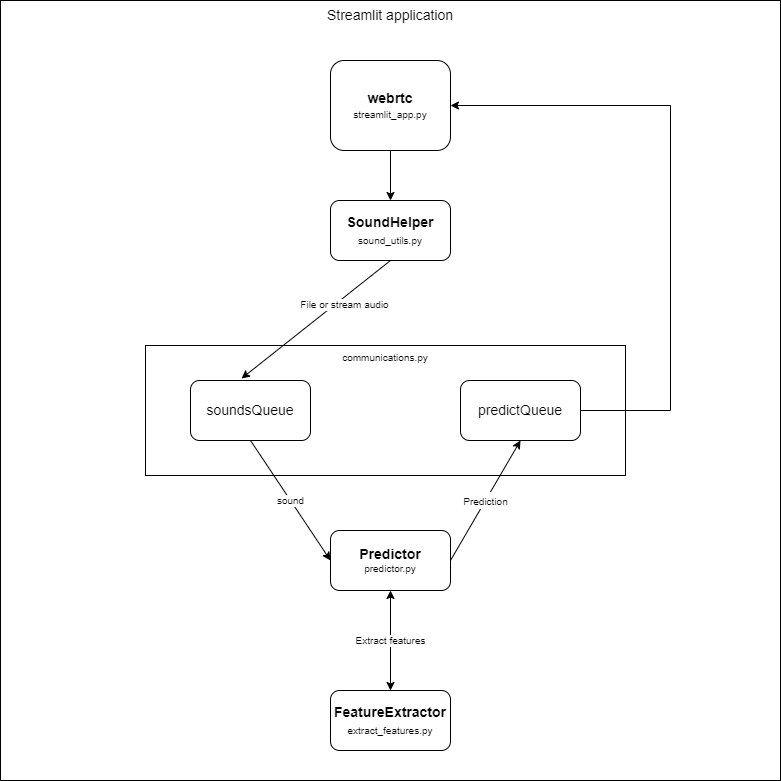
The draw.io diagram images/application_diagram.png in murielsan/CUSTOM, before a commit. Source tidied: cells renumbered, new cells last; positions are measured from the earlier drawing's top-left corner, leaving out a move shared by most shapes. Its diagram source:
```xml
<mxGraphModel>
  <root>
    <mxCell id="0" />
    <mxCell id="1" parent="0" />
    <mxCell id="2" value="Streamlit application" style="whiteSpace=wrap;html=1;verticalAlign=top;fontSize=14;" parent="1" vertex="1">
      <mxGeometry width="780" height="780" as="geometry" />
    </mxCell>
    <mxCell id="3" value="&lt;font style=&quot;&quot;&gt;&lt;b style=&quot;font-size: 14px;&quot;&gt;webrtc&lt;/b&gt;&lt;br&gt;&lt;font style=&quot;font-size: 10px;&quot;&gt;streamlit_app.py&lt;/font&gt;&lt;br&gt;&lt;/font&gt;" style="rounded=1;whiteSpace=wrap;html=1;" parent="1" vertex="1">
      <mxGeometry x="330" y="60" width="120" height="90" as="geometry" />
    </mxCell>
    <mxCell id="4" value="&lt;span style=&quot;&quot;&gt;&lt;b&gt;FeatureExtractor&lt;/b&gt;&lt;br&gt;&lt;font style=&quot;font-size: 10px;&quot;&gt;extract_features.py&lt;/font&gt;&lt;br&gt;&lt;/span&gt;" style="rounded=1;whiteSpace=wrap;html=1;fontSize=14;" parent="1" vertex="1">
      <mxGeometry x="330" y="690" width="120" height="60" as="geometry" />
    </mxCell>
    <mxCell id="5" value="communications.py" style="rounded=0;whiteSpace=wrap;html=1;fontSize=10;fontColor=default;labelBackgroundColor=#FFFFFF;verticalAlign=top;" parent="1" vertex="1">
      <mxGeometry x="145" y="345" width="480" height="130" as="geometry" />
    </mxCell>
    <mxCell id="6" value="&lt;b&gt;SoundHelper&lt;/b&gt;&lt;br&gt;&lt;font style=&quot;font-size: 10px;&quot;&gt;sound_utils.py&lt;/font&gt;" style="rounded=1;whiteSpace=wrap;html=1;fontSize=14;" parent="1" vertex="1">
      <mxGeometry x="330" y="200" width="120" height="60" as="geometry" />
    </mxCell>
    <mxCell id="7" style="endArrow=classic;html=1;rounded=0;fontSize=10;exitX=0.5;exitY=1;exitDx=0;exitDy=0;entryX=0.5;entryY=0;entryDx=0;entryDy=0;" parent="1" edge="1" source="3" target="6">
      <mxGeometry relative="1" as="geometry" />
    </mxCell>
    <mxCell id="8" style="endArrow=classic;html=1;rounded=0;fontSize=10;exitX=0.5;exitY=1;exitDx=0;exitDy=0;entryX=0.425;entryY=-0.033;entryDx=0;entryDy=0;entryPerimeter=0;" parent="1" edge="1" source="6" target="10">
      <mxGeometry relative="1" as="geometry" />
    </mxCell>
    <mxCell id="9" value="File or stream audio" style="edgeLabel;html=1;align=center;verticalAlign=middle;fontSize=10;fontColor=default;" parent="8" vertex="1">
      <mxGeometry x="-0.34" y="5" relative="1" as="geometry" />
    </mxCell>
    <mxCell id="10" value="soundsQueue" style="rounded=1;whiteSpace=wrap;html=1;fontSize=14;" parent="1" vertex="1">
      <mxGeometry x="190" y="380" width="120" height="60" as="geometry" />
    </mxCell>
    <mxCell id="11" value="predictQueue" style="rounded=1;whiteSpace=wrap;html=1;fontSize=14;" parent="1" vertex="1">
      <mxGeometry x="460" y="380" width="120" height="60" as="geometry" />
    </mxCell>
    <mxCell id="12" value="sound" style="endArrow=classic;html=1;rounded=0;fontSize=10;fontColor=#000000;exitX=0.5;exitY=1;exitDx=0;exitDy=0;entryX=0;entryY=0.5;entryDx=0;entryDy=0;" parent="1" edge="1" source="10" target="13">
      <mxGeometry relative="1" as="geometry" />
    </mxCell>
    <mxCell id="13" value="&lt;font style=&quot;&quot;&gt;&lt;b style=&quot;&quot;&gt;&lt;font style=&quot;font-size: 14px;&quot;&gt;Predictor&lt;/font&gt;&lt;/b&gt;&lt;br&gt;predictor.py&lt;br&gt;&lt;/font&gt;" style="rounded=1;whiteSpace=wrap;html=1;labelBackgroundColor=#FFFFFF;fontSize=10;fontColor=#000000;" parent="1" vertex="1">
      <mxGeometry x="330" y="530" width="120" height="60" as="geometry" />
    </mxCell>
    <mxCell id="14" value="&lt;font style=&quot;font-size: 10px;&quot;&gt;Prediction&lt;/font&gt;" style="endArrow=classic;html=1;rounded=0;fontSize=14;fontColor=#000000;exitX=1;exitY=0.5;exitDx=0;exitDy=0;entryX=0.5;entryY=1;entryDx=0;entryDy=0;" parent="1" edge="1" source="13" target="11">
      <mxGeometry relative="1" as="geometry" />
    </mxCell>
    <mxCell id="15" value="Extract features" style="endArrow=classic;startArrow=classic;html=1;rounded=0;fontSize=10;fontColor=default;entryX=0.5;entryY=1;entryDx=0;entryDy=0;" parent="1" edge="1" source="4" target="13">
      <mxGeometry relative="1" as="geometry" />
    </mxCell>
    <mxCell id="16" style="endArrow=classic;html=1;rounded=0;fontSize=10;fontColor=default;exitX=1;exitY=0.5;exitDx=0;exitDy=0;entryX=1;entryY=0.5;entryDx=0;entryDy=0;" parent="1" edge="1" source="11" target="3">
      <mxGeometry relative="1" as="geometry">
        <Array as="points">
          <mxPoint x="670" y="410" />
          <mxPoint x="670" y="105" />
        </Array>
      </mxGeometry>
    </mxCell>
  </root>
</mxGraphModel>
```
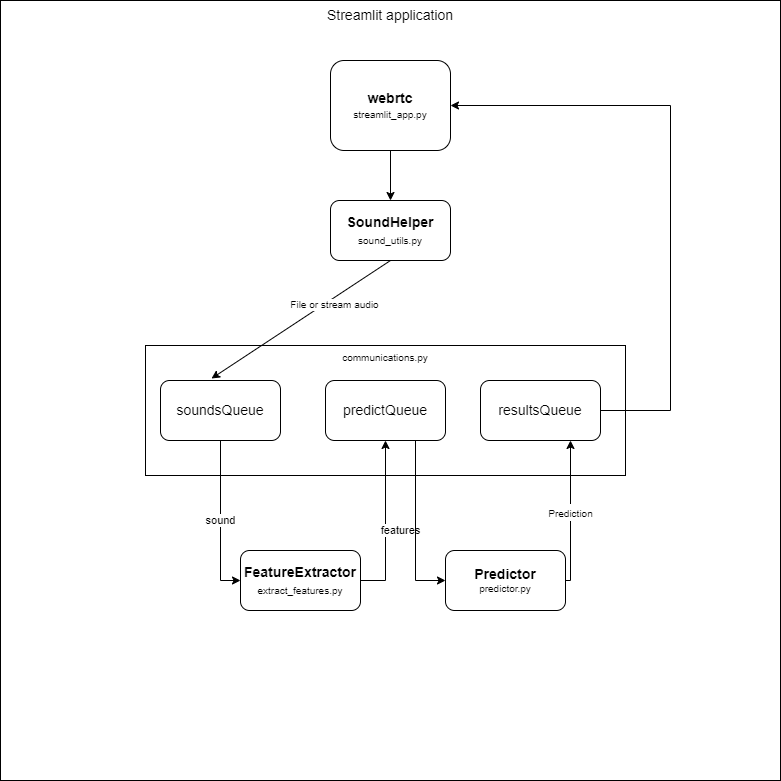
The same diagram one commit later.

What changed in the source:
```diff
@@ -9,7 +9,7 @@
       <mxGeometry x="330" y="60" width="120" height="90" as="geometry" />
     </mxCell>
     <mxCell id="4" value="&lt;span style=&quot;&quot;&gt;&lt;b&gt;FeatureExtractor&lt;/b&gt;&lt;br&gt;&lt;font style=&quot;font-size: 10px;&quot;&gt;extract_features.py&lt;/font&gt;&lt;br&gt;&lt;/span&gt;" style="rounded=1;whiteSpace=wrap;html=1;fontSize=14;" parent="1" vertex="1">
-      <mxGeometry x="330" y="690" width="120" height="60" as="geometry" />
+      <mxGeometry x="240" y="550" width="120" height="60" as="geometry" />
     </mxCell>
     <mxCell id="5" value="communications.py" style="rounded=0;whiteSpace=wrap;html=1;fontSize=10;fontColor=default;labelBackgroundColor=#FFFFFF;verticalAlign=top;" parent="1" vertex="1">
       <mxGeometry x="145" y="345" width="480" height="130" as="geometry" />
@@ -27,24 +27,22 @@
       <mxGeometry x="-0.34" y="5" relative="1" as="geometry" />
     </mxCell>
     <mxCell id="10" value="soundsQueue" style="rounded=1;whiteSpace=wrap;html=1;fontSize=14;" parent="1" vertex="1">
-      <mxGeometry x="190" y="380" width="120" height="60" as="geometry" />
+      <mxGeometry x="160" y="380" width="120" height="60" as="geometry" />
     </mxCell>
     <mxCell id="11" value="predictQueue" style="rounded=1;whiteSpace=wrap;html=1;fontSize=14;" parent="1" vertex="1">
-      <mxGeometry x="460" y="380" width="120" height="60" as="geometry" />
+      <mxGeometry x="325" y="380" width="120" height="60" as="geometry" />
     </mxCell>
-    <mxCell id="12" value="sound" style="endArrow=classic;html=1;rounded=0;fontSize=10;fontColor=#000000;exitX=0.5;exitY=1;exitDx=0;exitDy=0;entryX=0;entryY=0.5;entryDx=0;entryDy=0;" parent="1" edge="1" source="10" target="13">
-      <mxGeometry relative="1" as="geometry" />
-    </mxCell>
     <mxCell id="13" value="&lt;font style=&quot;&quot;&gt;&lt;b style=&quot;&quot;&gt;&lt;font style=&quot;font-size: 14px;&quot;&gt;Predictor&lt;/font&gt;&lt;/b&gt;&lt;br&gt;predictor.py&lt;br&gt;&lt;/font&gt;" style="rounded=1;whiteSpace=wrap;html=1;labelBackgroundColor=#FFFFFF;fontSize=10;fontColor=#000000;" parent="1" vertex="1">
-      <mxGeometry x="330" y="530" width="120" height="60" as="geometry" />
+      <mxGeometry x="445" y="550" width="120" height="60" as="geometry" />
     </mxCell>
-    <mxCell id="14" value="&lt;font style=&quot;font-size: 10px;&quot;&gt;Prediction&lt;/font&gt;" style="endArrow=classic;html=1;rounded=0;fontSize=14;fontColor=#000000;exitX=1;exitY=0.5;exitDx=0;exitDy=0;entryX=0.5;entryY=1;entryDx=0;entryDy=0;" parent="1" edge="1" source="13" target="11">
-      <mxGeometry relative="1" as="geometry" />
+    <mxCell id="14" value="&lt;font style=&quot;font-size: 10px;&quot;&gt;Prediction&lt;/font&gt;" style="endArrow=classic;html=1;rounded=0;fontSize=14;fontColor=#000000;exitX=1;exitY=0.5;exitDx=0;exitDy=0;entryX=0.75;entryY=1;entryDx=0;entryDy=0;" parent="1" edge="1" source="13" target="17">
+      <mxGeometry relative="1" as="geometry">
+        <Array as="points">
+          <mxPoint x="570" y="580" />
+        </Array>
+      </mxGeometry>
     </mxCell>
-    <mxCell id="15" value="Extract features" style="endArrow=classic;startArrow=classic;html=1;rounded=0;fontSize=10;fontColor=default;entryX=0.5;entryY=1;entryDx=0;entryDy=0;" parent="1" edge="1" source="4" target="13">
-      <mxGeometry relative="1" as="geometry" />
-    </mxCell>
-    <mxCell id="16" style="endArrow=classic;html=1;rounded=0;fontSize=10;fontColor=default;exitX=1;exitY=0.5;exitDx=0;exitDy=0;entryX=1;entryY=0.5;entryDx=0;entryDy=0;" parent="1" edge="1" source="11" target="3">
+    <mxCell id="16" style="endArrow=classic;html=1;rounded=0;fontSize=10;fontColor=default;exitX=1;exitY=0.5;exitDx=0;exitDy=0;entryX=1;entryY=0.5;entryDx=0;entryDy=0;" parent="1" edge="1" source="17" target="3">
       <mxGeometry relative="1" as="geometry">
         <Array as="points">
           <mxPoint x="670" y="410" />
@@ -52,5 +50,29 @@
         </Array>
       </mxGeometry>
     </mxCell>
+    <mxCell id="17" value="resultsQueue" style="rounded=1;whiteSpace=wrap;html=1;fontSize=14;" parent="1" vertex="1">
+      <mxGeometry x="480" y="380" width="120" height="60" as="geometry" />
+    </mxCell>
+    <mxCell id="12" value="sound" style="endArrow=classic;html=1;rounded=0;exitX=0.5;exitY=1;exitDx=0;exitDy=0;entryX=0;entryY=0.5;entryDx=0;entryDy=0;" parent="1" edge="1" source="10" target="4">
+      <mxGeometry relative="1" as="geometry">
+        <Array as="points">
+          <mxPoint x="220" y="580" />
+        </Array>
+      </mxGeometry>
+    </mxCell>
+    <mxCell id="18" value="features" style="endArrow=classic;html=1;rounded=0;entryX=0.5;entryY=1;entryDx=0;entryDy=0;exitX=1;exitY=0.5;exitDx=0;exitDy=0;" parent="1" edge="1" source="4" target="11">
+      <mxGeometry x="-0.09" y="-15" relative="1" as="geometry">
+        <Array as="points">
+          <mxPoint x="385" y="580" />
+        </Array>
+      </mxGeometry>
+    </mxCell>
+    <mxCell id="19" style="endArrow=classic;html=1;rounded=0;exitX=0.75;exitY=1;exitDx=0;exitDy=0;entryX=0;entryY=0.5;entryDx=0;entryDy=0;" parent="1" edge="1" source="11" target="13">
+      <mxGeometry relative="1" as="geometry">
+        <Array as="points">
+          <mxPoint x="415" y="580" />
+        </Array>
+      </mxGeometry>
+    </mxCell>
   </root>
 </mxGraphModel>
```
